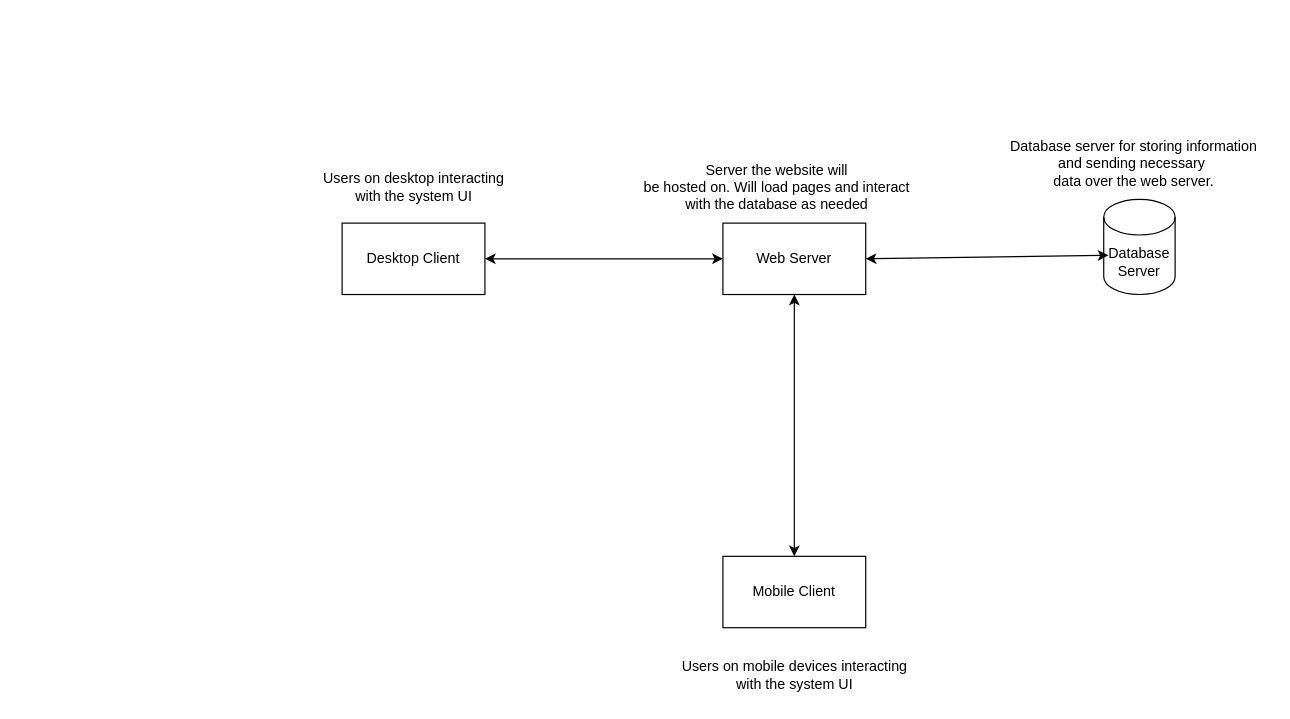
This is Documents/Block Diagram.drawio from plewis10apsu/AllEvently, a draw.io file, before an edit. Source tidied: cells renumbered, new cells numbered last; positions are measured from the earlier drawing's top-left corner, leaving out a move shared by most shapes. Both pictures are drawn from the tidied source at 119%, with x=0, y=0 at pixel (306, 127).
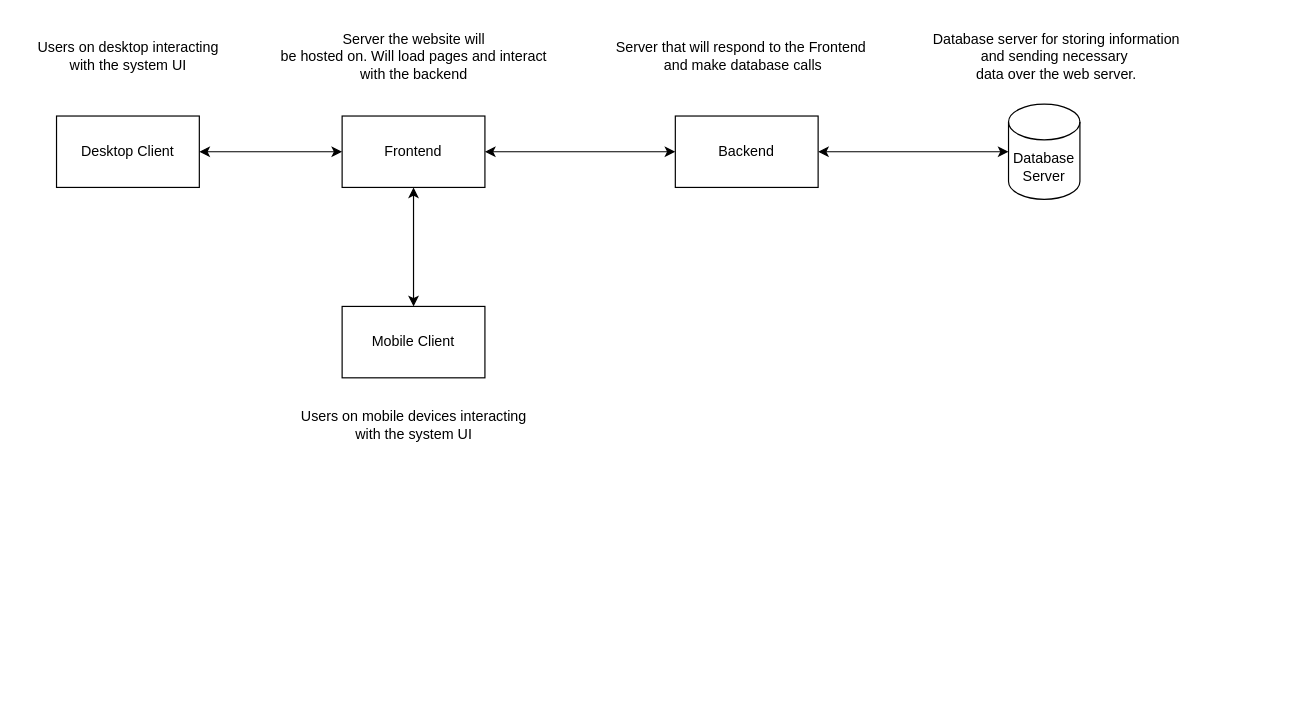
After the change.

Commit message (it also covers changes not shown here):
Edited block diagram and sql

Diff of the diagram source:
```diff
@@
 <mxGraphModel>
   <root>
     <mxCell id="0" />
     <mxCell id="1" parent="0" />
     <mxCell id="2" value="Desktop Client" style="rounded=0;whiteSpace=wrap;html=1;" parent="1" vertex="1">
-      <mxGeometry x="30" y="80" width="120" height="60" as="geometry" />
+      <mxGeometry x="-210" y="-10" width="120" height="60" as="geometry" />
     </mxCell>
-    <mxCell id="3" value="Web Server" style="rounded=0;whiteSpace=wrap;html=1;" parent="1" vertex="1">
-      <mxGeometry x="350" y="80" width="120" height="60" as="geometry" />
+    <mxCell id="3" value="Frontend" style="rounded=0;whiteSpace=wrap;html=1;" parent="1" vertex="1">
+      <mxGeometry x="30" y="-10" width="120" height="60" as="geometry" />
     </mxCell>
     <mxCell id="4" value="Database&lt;div&gt;Server&lt;/div&gt;" style="shape=cylinder3;whiteSpace=wrap;html=1;boundedLbl=1;backgroundOutline=1;size=15;" parent="1" vertex="1">
-      <mxGeometry x="670" y="60" width="60" height="80" as="geometry" />
+      <mxGeometry x="590" y="-20" width="60" height="80" as="geometry" />
     </mxCell>
     <mxCell id="5" value="Mobile Client" style="rounded=0;whiteSpace=wrap;html=1;" parent="1" vertex="1">
-      <mxGeometry x="350" y="360" width="120" height="60" as="geometry" />
+      <mxGeometry x="30" y="150" width="120" height="60" as="geometry" />
     </mxCell>
     <mxCell id="6" style="endArrow=classic;startArrow=classic;html=1;rounded=0;exitX=1;exitY=0.5;exitDx=0;exitDy=0;entryX=0;entryY=0.5;entryDx=0;entryDy=0;" parent="1" edge="1" source="2" target="3">
       <mxGeometry relative="1" as="geometry" />
     </mxCell>
-    <mxCell id="7" style="endArrow=classic;startArrow=classic;html=1;rounded=0;exitX=1;exitY=0.5;exitDx=0;exitDy=0;entryX=0.067;entryY=0.588;entryDx=0;entryDy=0;entryPerimeter=0;" parent="1" edge="1" source="3" target="4">
+    <mxCell id="7" style="endArrow=classic;startArrow=classic;html=1;rounded=0;exitX=1;exitY=0.5;exitDx=0;exitDy=0;entryX=0;entryY=0.5;entryDx=0;entryDy=0;entryPerimeter=0;" parent="1" edge="1" source="14" target="4">
       <mxGeometry relative="1" as="geometry" />
     </mxCell>
     <mxCell id="8" style="endArrow=classic;startArrow=classic;html=1;rounded=0;entryX=0.5;entryY=1;entryDx=0;entryDy=0;exitX=0.5;exitY=0;exitDx=0;exitDy=0;" parent="1" edge="1" source="5" target="3">
       <mxGeometry relative="1" as="geometry" />
     </mxCell>
     <mxCell id="9" value="Users on desktop interacting&lt;div&gt;with the system UI&lt;/div&gt;" style="text;html=1;align=center;verticalAlign=middle;strokeColor=none;fillColor=none;" parent="1" vertex="1">
-      <mxGeometry y="30" width="180" height="40" as="geometry" />
+      <mxGeometry x="-240" y="-80" width="180" height="40" as="geometry" />
     </mxCell>
-    <mxCell id="10" value="Server the website will&lt;div&gt;be hosted on. Will load pages and interact&lt;/div&gt;&lt;div&gt;with the database as needed&lt;/div&gt;" style="text;html=1;align=center;verticalAlign=middle;strokeColor=none;fillColor=none;" parent="1" vertex="1">
-      <mxGeometry x="270" y="20" width="250" height="60" as="geometry" />
+    <mxCell id="10" value="Server the website will&lt;div&gt;be hosted on. Will load pages and interact&lt;/div&gt;&lt;div&gt;with the backend&lt;/div&gt;" style="text;html=1;align=center;verticalAlign=middle;strokeColor=none;fillColor=none;" parent="1" vertex="1">
+      <mxGeometry x="-35" y="-90" width="250" height="60" as="geometry" />
     </mxCell>
     <mxCell id="11" value="Users on mobile devices interacting&lt;div&gt;with the system UI&lt;/div&gt;" style="text;html=1;align=center;verticalAlign=middle;strokeColor=none;fillColor=none;" parent="1" vertex="1">
-      <mxGeometry x="305" y="440" width="210" height="40" as="geometry" />
+      <mxGeometry x="-15" y="230" width="210" height="40" as="geometry" />
     </mxCell>
     <mxCell id="12" value="Database server for storing information&lt;div&gt;and sending necessary&amp;nbsp;&lt;/div&gt;&lt;div&gt;data over the web server.&lt;/div&gt;" style="text;html=1;align=center;verticalAlign=middle;strokeColor=none;fillColor=none;" parent="1" vertex="1">
-      <mxGeometry x="580" width="230" height="60" as="geometry" />
+      <mxGeometry x="515" y="-90" width="230" height="60" as="geometry" />
     </mxCell>
+    <mxCell id="13" style="endArrow=classic;startArrow=classic;html=1;rounded=0;exitX=1;exitY=0.5;exitDx=0;exitDy=0;entryX=0;entryY=0.5;entryDx=0;entryDy=0;" parent="1" edge="1" source="3" target="14">
+      <mxGeometry relative="1" as="geometry" />
+    </mxCell>
+    <mxCell id="14" value="Backend" style="rounded=0;whiteSpace=wrap;html=1;" parent="1" vertex="1">
+      <mxGeometry x="310" y="-10" width="120" height="60" as="geometry" />
+    </mxCell>
+    <mxCell id="15" value="Server that will respond to the Frontend&lt;div&gt;&amp;nbsp;and make database calls&lt;/div&gt;" style="text;html=1;align=center;verticalAlign=middle;strokeColor=none;fillColor=none;" parent="1" vertex="1">
+      <mxGeometry x="250" y="-80" width="230" height="40" as="geometry" />
+    </mxCell>
   </root>
 </mxGraphModel>
```
